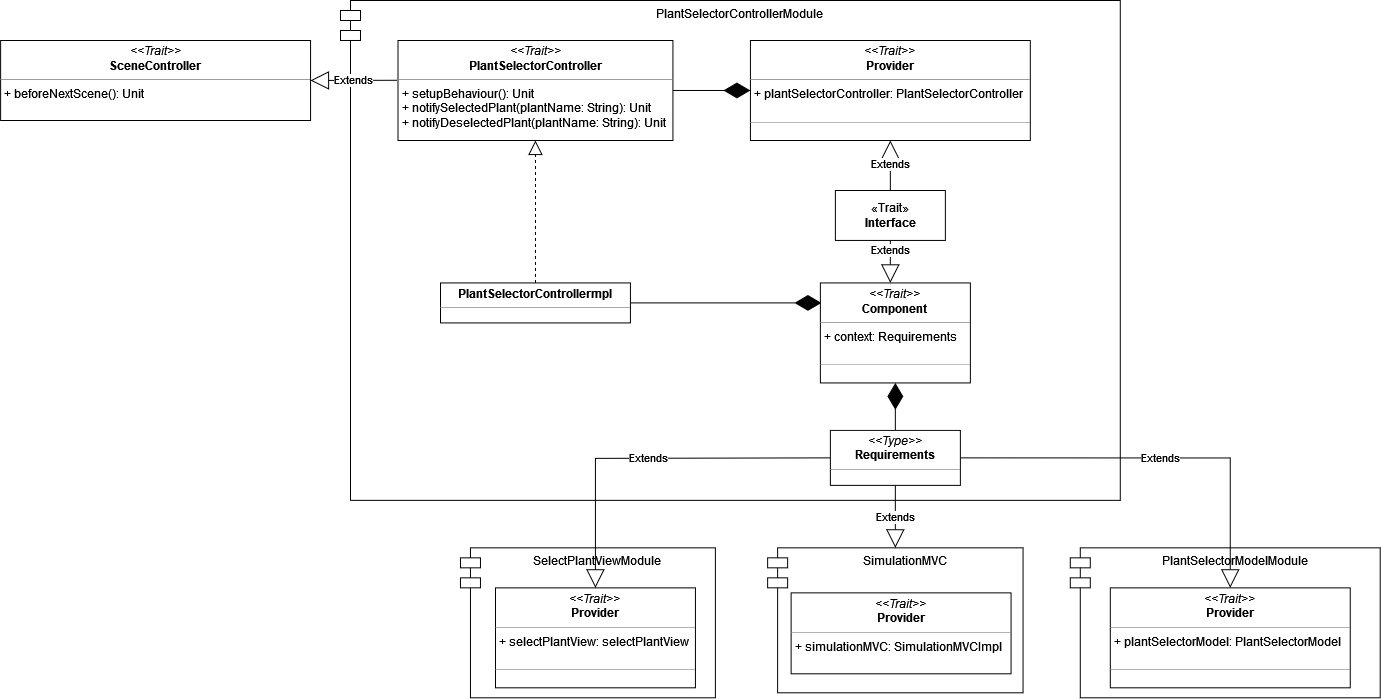
This is docs/img/plant_selector_controller.png from AnnaVitali/PPS-22-smartgh, a draw.io export, as it was before one commit. Source tidied: cells renumbered, new cells last; positions are measured from the earlier drawing's top-left corner, leaving out a move shared by most shapes.
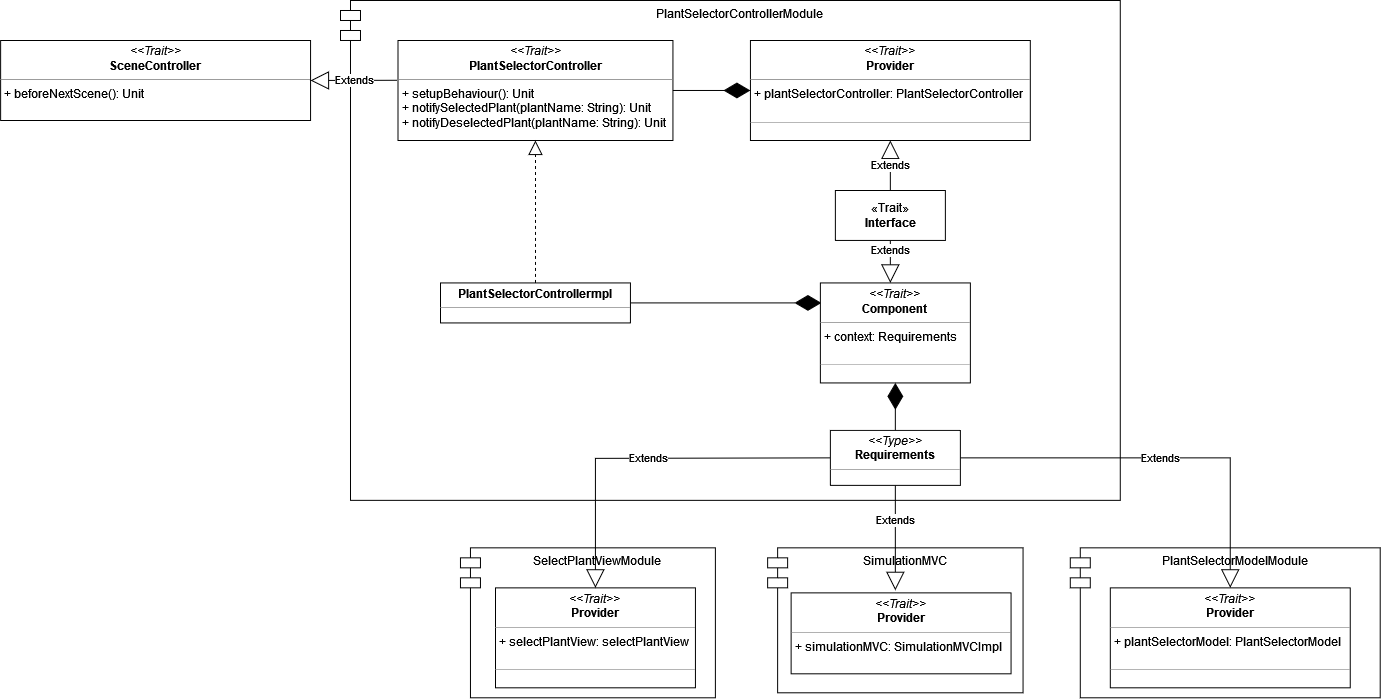
After the commit.

Commit message:
update plant selctor controller image

Change to the diagram source:
```diff
@@ -77,8 +77,10 @@
     <mxCell id="24" value="&lt;p style=&quot;margin:0px;margin-top:4px;text-align:center;&quot;&gt;&lt;i&gt;&amp;lt;&amp;lt;Trait&amp;gt;&amp;gt;&lt;/i&gt;&lt;br&gt;&lt;b&gt;Provider&lt;/b&gt;&lt;br&gt;&lt;/p&gt;&lt;hr size=&quot;1&quot;&gt;&lt;p style=&quot;margin:0px;margin-left:4px;&quot;&gt;+ simulationMVC: SimulationMVCImpl&lt;br&gt;&lt;/p&gt;" style="verticalAlign=top;align=left;overflow=fill;fontSize=12;fontFamily=Helvetica;html=1;fillColor=default;" parent="1" vertex="1">
       <mxGeometry x="790.8" y="592.5" width="220" height="81" as="geometry" />
     </mxCell>
-    <mxCell id="25" value="Extends" style="endArrow=block;endSize=16;endFill=0;html=1;rounded=0;exitX=0.5;exitY=1;exitDx=0;exitDy=0;entryX=0.5;entryY=0;entryDx=0;entryDy=0;" parent="1" edge="1" source="14" target="23">
-      <mxGeometry relative="1" as="geometry" />
+    <mxCell id="25" value="Extends" style="endArrow=block;endSize=16;endFill=0;html=1;rounded=0;exitX=0.5;exitY=1;exitDx=0;exitDy=0;" parent="1" edge="1" source="14">
+      <mxGeometry x="-0.33" relative="1" as="geometry">
+        <mxPoint x="895" y="590" as="targetPoint" />
+      </mxGeometry>
     </mxCell>
   </root>
 </mxGraphModel>
```
